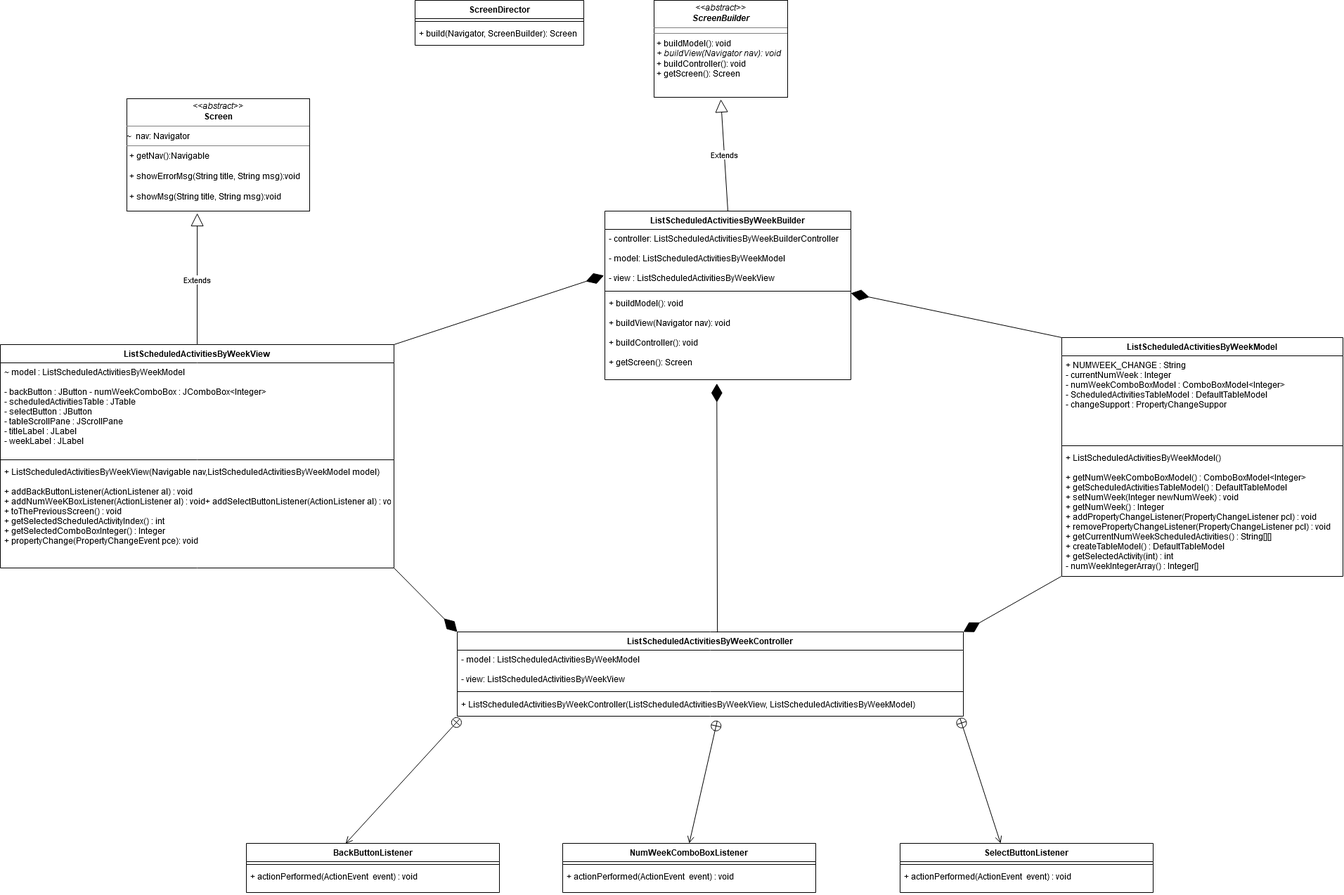
Above: progettazione/SelectActivitiesOrderedByWeek.png in MyUniversityProjects/MaintenanceApplication (draw.io), before the change. Source tidied: cells renumbered, new cells last; positions are measured from the earlier drawing's top-left corner, leaving out a move shared by most shapes.
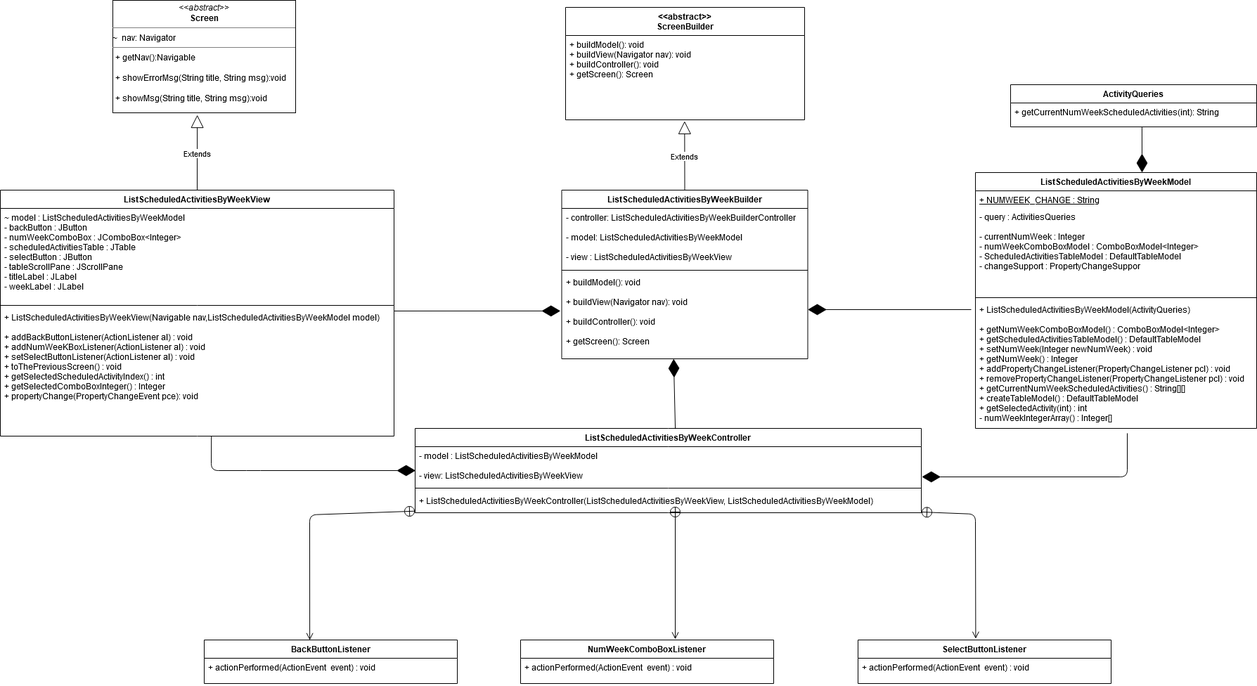
Later version of the same file.

Change to the diagram source:
```diff
@@ -5,5 +5,5 @@
     <mxCell id="2" value="ListScheduledActivitiesByWeekView" style="swimlane;fontStyle=1;align=center;verticalAlign=top;horizontal=1;startSize=26;" parent="1" vertex="1">
-      <mxGeometry y="490" width="560" height="318" as="geometry" />
+      <mxGeometry x="60" y="560" width="560" height="350" as="geometry" />
     </mxCell>
-    <mxCell id="3" value="~ model : ListScheduledActivitiesByWeekModel &#10;&#10;- backButton : JButton - numWeekComboBox : JComboBox&lt;Integer&gt; &#10;- scheduledActivitiesTable : JTable &#10;- selectButton : JButton &#10;- tableScrollPane : JScrollPane &#10;- titleLabel : JLabel &#10;- weekLabel : JLabel &#10;&#10;&#10;&#10;" style="text;strokeColor=none;fillColor=none;align=left;verticalAlign=top;spacingLeft=4;spacingRight=4;overflow=hidden;" parent="2" vertex="1">
+    <mxCell id="3" value="~ model : ListScheduledActivitiesByWeekModel &#10;- backButton : JButton &#10;- numWeekComboBox : JComboBox&lt;Integer&gt;&#10; - scheduledActivitiesTable : JTable &#10;- selectButton : JButton &#10;- tableScrollPane : JScrollPane &#10;- titleLabel : JLabel &#10;- weekLabel : JLabel &#10;&#10;&#10;&#10;&#10;&#10;" style="text;strokeColor=none;fillColor=none;align=left;verticalAlign=top;spacingLeft=4;spacingRight=4;overflow=hidden;" parent="2" vertex="1">
       <mxGeometry y="26" width="560" height="134" as="geometry" />
@@ -13,16 +13,7 @@
     </mxCell>
-    <mxCell id="5" value="+ ListScheduledActivitiesByWeekView(Navigable nav,ListScheduledActivitiesByWeekModel model)&#10;&#10;+ addBackButtonListener(ActionListener al) : void&#10;+ addNumWeeKBoxListener(ActionListener al) : void+ addSelectButtonListener(ActionListener al) : void&#10;+ toThePreviousScreen() : void&#10;+ getSelectedScheduledActivityIndex() : int &#10;+ getSelectedComboBoxInteger() : Integer &#10;+ propertyChange(PropertyChangeEvent pce): void &#10;&#10;&#10;   &#10;&#10;" style="text;strokeColor=none;fillColor=none;align=left;verticalAlign=top;spacingLeft=4;spacingRight=4;overflow=hidden;points=[[0,0.5],[1,0.5]];portConstraint=eastwest;" parent="2" vertex="1">
-      <mxGeometry y="168" width="560" height="150" as="geometry" />
+    <mxCell id="5" value="+ ListScheduledActivitiesByWeekView(Navigable nav,ListScheduledActivitiesByWeekModel model)&#10;&#10;+ addBackButtonListener(ActionListener al) : void&#10;+ addNumWeeKBoxListener(ActionListener al) : void&#10;+ setSelectButtonListener(ActionListener al) : void&#10;+ toThePreviousScreen() : void&#10;+ getSelectedScheduledActivityIndex() : int &#10;+ getSelectedComboBoxInteger() : Integer &#10;+ propertyChange(PropertyChangeEvent pce): void &#10;&#10;   &#10;&#10;" style="text;strokeColor=none;fillColor=none;align=left;verticalAlign=top;spacingLeft=4;spacingRight=4;overflow=hidden;points=[[0,0.5],[1,0.5]];portConstraint=eastwest;" parent="2" vertex="1">
+      <mxGeometry y="168" width="560" height="182" as="geometry" />
     </mxCell>
-    <mxCell id="6" value="ScreenDirector" style="swimlane;fontStyle=1;align=center;verticalAlign=top;horizontal=1;startSize=26;" parent="1" vertex="1">
-      <mxGeometry x="590" width="240" height="64" as="geometry" />
-    </mxCell>
-    <mxCell id="7" style="line;strokeWidth=1;fillColor=none;align=left;verticalAlign=middle;spacingTop=-1;spacingLeft=3;spacingRight=3;labelPosition=right;" parent="6" vertex="1">
-      <mxGeometry y="26" width="240" height="8" as="geometry" />
-    </mxCell>
-    <mxCell id="8" value="+ build(Navigator, ScreenBuilder): Screen" style="text;strokeColor=none;fillColor=none;align=left;verticalAlign=top;spacingLeft=4;spacingRight=4;overflow=hidden;" parent="6" vertex="1">
-      <mxGeometry y="34" width="240" height="30" as="geometry" />
-    </mxCell>
     <mxCell id="9" value="ListScheduledActivitiesByWeekBuilder" style="swimlane;fontStyle=1;align=center;verticalAlign=top;horizontal=1;startSize=26;" parent="1" vertex="1">
-      <mxGeometry x="860" y="300" width="350" height="240" as="geometry" />
+      <mxGeometry x="858.5" y="560" width="350" height="240" as="geometry" />
     </mxCell>
@@ -38,3 +29,3 @@
     <mxCell id="13" value="&lt;p style=&quot;margin: 0px ; margin-top: 4px ; text-align: center&quot;&gt;&lt;i&gt;&amp;lt;&amp;lt;abstract&amp;gt;&amp;gt;&lt;/i&gt;&lt;br&gt;&lt;b&gt;Screen&lt;/b&gt;&lt;/p&gt;&lt;hr size=&quot;1&quot;&gt;&lt;span class=&quot;ILfuVd&quot;&gt;&lt;span class=&quot;hgKElc&quot;&gt;~&amp;nbsp; &lt;/span&gt;&lt;/span&gt;nav: Navigator&lt;hr size=&quot;1&quot;&gt;&lt;p style=&quot;margin: 0px ; margin-left: 4px&quot;&gt;+ getNav():Navigable&lt;/p&gt;&lt;p style=&quot;margin: 0px ; margin-left: 4px&quot;&gt; &lt;br&gt;&lt;/p&gt;&lt;p style=&quot;margin: 0px ; margin-left: 4px&quot;&gt;+ showErrorMsg(String title, String msg):void &lt;br&gt;&lt;/p&gt;&lt;p style=&quot;margin: 0px ; margin-left: 4px&quot;&gt;&lt;br&gt;&lt;/p&gt;&lt;p style=&quot;margin: 0px ; margin-left: 4px&quot;&gt;+ showMsg(String title, String msg):void &lt;/p&gt;&lt;p style=&quot;margin: 0px ; margin-left: 4px&quot;&gt;&lt;br&gt;&lt;/p&gt;&lt;p style=&quot;margin: 0px ; margin-left: 4px&quot;&gt;&lt;br&gt;&lt;/p&gt;" style="verticalAlign=top;align=left;overflow=fill;fontSize=12;fontFamily=Helvetica;html=1;" parent="1" vertex="1">
-      <mxGeometry x="180" y="140" width="260" height="160" as="geometry" />
+      <mxGeometry x="220" y="290" width="260" height="160" as="geometry" />
     </mxCell>
@@ -53,52 +44,50 @@
     <mxCell id="18" value="ListScheduledActivitiesByWeekModel" style="swimlane;fontStyle=1;align=center;verticalAlign=top;horizontal=1;startSize=26;" parent="1" vertex="1">
-      <mxGeometry x="1510" y="480" width="400" height="340" as="geometry" />
+      <mxGeometry x="1447" y="535" width="400" height="364" as="geometry" />
     </mxCell>
+    <mxCell id="42" value="+ NUMWEEK_CHANGE : String&#10;" style="text;strokeColor=none;fillColor=none;align=left;verticalAlign=top;spacingLeft=4;spacingRight=4;overflow=hidden;fontStyle=4;" parent="18" vertex="1">
+      <mxGeometry y="26" width="400" height="24" as="geometry" />
+    </mxCell>
-    <mxCell id="19" value="+ NUMWEEK_CHANGE : String&#10;- currentNumWeek : Integer&#10;- numWeekComboBoxModel : ComboBoxModel&lt;Integer&gt;&#10;- ScheduledActivitiesTableModel : DefaultTableModel &#10;- changeSupport : PropertyChangeSuppor&#10;&#10;&#10;" style="text;strokeColor=none;fillColor=none;align=left;verticalAlign=top;spacingLeft=4;spacingRight=4;overflow=hidden;" parent="18" vertex="1">
-      <mxGeometry y="26" width="400" height="124" as="geometry" />
+    <mxCell id="19" value="- query : ActivitiesQueries&#10;&#10;- currentNumWeek : Integer&#10;- numWeekComboBoxModel : ComboBoxModel&lt;Integer&gt;&#10;- ScheduledActivitiesTableModel : DefaultTableModel &#10;- changeSupport : PropertyChangeSuppor&#10;&#10;&#10;" style="text;strokeColor=none;fillColor=none;align=left;verticalAlign=top;spacingLeft=4;spacingRight=4;overflow=hidden;" parent="18" vertex="1">
+      <mxGeometry y="50" width="400" height="124" as="geometry" />
     </mxCell>
     <mxCell id="20" style="line;strokeWidth=1;fillColor=none;align=left;verticalAlign=middle;spacingTop=-1;spacingLeft=3;spacingRight=3;labelPosition=right;" parent="18" vertex="1">
-      <mxGeometry y="150" width="400" height="8" as="geometry" />
+      <mxGeometry y="174" width="400" height="8" as="geometry" />
     </mxCell>
-    <mxCell id="21" value="+ ListScheduledActivitiesByWeekModel()&#10;&#10;+ getNumWeekComboBoxModel() : ComboBoxModel&lt;Integer&gt;&#10;+ getScheduledActivitiesTableModel() : DefaultTableModel&#10;+ setNumWeek(Integer newNumWeek) : void&#10;+ getNumWeek() : Integer&#10;+ addPropertyChangeListener(PropertyChangeListener pcl) : void&#10;+ removePropertyChangeListener(PropertyChangeListener pcl) : void&#10;+ getCurrentNumWeekScheduledActivities() : String[][]&#10;+ createTableModel() : DefaultTableModel&#10;+ getSelectedActivity(int) : int&#10;- numWeekIntegerArray() : Integer[]&#10;&#10;&#10;&#10;" style="text;strokeColor=none;fillColor=none;align=left;verticalAlign=top;spacingLeft=4;spacingRight=4;overflow=hidden;points=[[0,0.5],[1,0.5]];portConstraint=eastwest;" parent="18" vertex="1">
-      <mxGeometry y="158" width="400" height="182" as="geometry" />
+    <mxCell id="21" value="+ ListScheduledActivitiesByWeekModel(ActivityQueries)&#10;&#10;+ getNumWeekComboBoxModel() : ComboBoxModel&lt;Integer&gt;&#10;+ getScheduledActivitiesTableModel() : DefaultTableModel&#10;+ setNumWeek(Integer newNumWeek) : void&#10;+ getNumWeek() : Integer&#10;+ addPropertyChangeListener(PropertyChangeListener pcl) : void&#10;+ removePropertyChangeListener(PropertyChangeListener pcl) : void&#10;+ getCurrentNumWeekScheduledActivities() : String[][]&#10;+ createTableModel() : DefaultTableModel&#10;+ getSelectedActivity(int) : int&#10;- numWeekIntegerArray() : Integer[]&#10;&#10;&#10;&#10;" style="text;strokeColor=none;fillColor=none;align=left;verticalAlign=top;spacingLeft=4;spacingRight=4;overflow=hidden;points=[[0,0.5],[1,0.5]];portConstraint=eastwest;" parent="18" vertex="1">
+      <mxGeometry y="182" width="400" height="182" as="geometry" />
     </mxCell>
-    <mxCell id="22" value="&lt;p style=&quot;margin: 0px ; margin-top: 4px ; text-align: center&quot;&gt;&lt;i&gt;&amp;lt;&amp;lt;abstract&amp;gt;&amp;gt;&lt;/i&gt;&lt;br&gt;&lt;b&gt;&lt;i&gt;ScreenBuilder&lt;/i&gt;&lt;/b&gt;&lt;/p&gt;&lt;hr size=&quot;1&quot;&gt;&lt;hr size=&quot;1&quot;&gt;&lt;p style=&quot;margin: 0px 0px 0px 4px&quot;&gt;+ buildModel(): void&lt;br&gt;&lt;i&gt;+ buildView(Navigator nav): void&lt;/i&gt;&lt;/p&gt;&lt;p style=&quot;margin: 0px 0px 0px 4px&quot;&gt;+ buildController(): void&lt;br&gt;&lt;/p&gt;&lt;p style=&quot;margin: 0px 0px 0px 4px&quot;&gt;+ getScreen(): Screen&lt;/p&gt;" style="verticalAlign=top;align=left;overflow=fill;fontSize=12;fontFamily=Helvetica;html=1;" parent="1" vertex="1">
-      <mxGeometry x="930" width="190" height="138" as="geometry" />
-    </mxCell>
-    <mxCell id="23" value="Extends" style="endArrow=block;endSize=16;endFill=0;html=1;exitX=0.5;exitY=0;exitDx=0;exitDy=0;entryX=0.385;entryY=1.019;entryDx=0;entryDy=0;entryPerimeter=0;" parent="1" edge="1" source="2" target="13">
+    <mxCell id="23" value="Extends" style="endArrow=block;endSize=16;endFill=0;html=1;exitX=0.5;exitY=0;exitDx=0;exitDy=0;entryX=0.462;entryY=1.019;entryDx=0;entryDy=0;entryPerimeter=0;" parent="1" edge="1" source="2" target="13">
       <mxGeometry relative="1" as="geometry" />
     </mxCell>
-    <mxCell id="24" value="Extends" style="endArrow=block;endSize=16;endFill=0;html=1;exitX=0.5;exitY=0;exitDx=0;exitDy=0;" parent="1" edge="1" source="9">
-      <mxGeometry relative="1" as="geometry">
-        <mxPoint x="1025" y="141" as="targetPoint" />
-      </mxGeometry>
+    <mxCell id="24" value="Extends" style="endArrow=block;endSize=16;endFill=0;html=1;exitX=0.5;exitY=0;exitDx=0;exitDy=0;entryX=0.498;entryY=1.015;entryDx=0;entryDy=0;entryPerimeter=0;" parent="1" edge="1" source="9" target="47">
+      <mxGeometry relative="1" as="geometry" />
     </mxCell>
-    <mxCell id="25" style="endArrow=diamondThin;endFill=1;endSize=24;html=1;entryX=0.455;entryY=1.044;entryDx=0;entryDy=0;exitX=0.514;exitY=0.006;exitDx=0;exitDy=0;exitPerimeter=0;entryPerimeter=0;" parent="1" edge="1" source="14" target="12">
+    <mxCell id="25" style="endArrow=diamondThin;endFill=1;endSize=24;html=1;entryX=0.455;entryY=1;entryDx=0;entryDy=0;exitX=0.514;exitY=0.006;exitDx=0;exitDy=0;exitPerimeter=0;entryPerimeter=0;" parent="1" edge="1" source="14" target="12">
       <mxGeometry relative="1" as="geometry" />
     </mxCell>
-    <mxCell id="26" style="endArrow=diamondThin;endFill=1;endSize=24;html=1;entryX=1;entryY=-0.009;entryDx=0;entryDy=0;exitX=0;exitY=0;exitDx=0;exitDy=0;entryPerimeter=0;" parent="1" edge="1" source="18" target="12">
-      <mxGeometry relative="1" as="geometry" />
+    <mxCell id="26" style="endArrow=diamondThin;endFill=1;endSize=24;html=1;entryX=1;entryY=0.426;entryDx=0;entryDy=0;entryPerimeter=0;" parent="1" edge="1" target="12">
+      <mxGeometry relative="1" as="geometry">
+        <mxPoint x="1441" y="730" as="sourcePoint" />
+      </mxGeometry>
     </mxCell>
     <mxCell id="27" value="BackButtonListener" style="swimlane;fontStyle=1;align=center;verticalAlign=top;horizontal=1;startSize=26;" parent="1" vertex="1">
-      <mxGeometry x="350" y="1200" width="360" height="70" as="geometry" />
+      <mxGeometry x="350" y="1200" width="360" height="62" as="geometry" />
     </mxCell>
-    <mxCell id="28" style="line;strokeWidth=1;fillColor=none;align=left;verticalAlign=middle;spacingTop=-1;spacingLeft=3;spacingRight=3;labelPosition=right;" parent="27" vertex="1">
-      <mxGeometry y="26" width="360" height="8" as="geometry" />
-    </mxCell>
     <mxCell id="29" value="+ actionPerformed(ActionEvent  event) : void&#10;&#10;" style="text;strokeColor=none;fillColor=none;align=left;verticalAlign=top;spacingLeft=4;spacingRight=4;overflow=hidden;" parent="27" vertex="1">
-      <mxGeometry y="34" width="360" height="36" as="geometry" />
+      <mxGeometry y="26" width="360" height="36" as="geometry" />
     </mxCell>
     <mxCell id="30" value="NumWeekComboBoxListener" style="swimlane;fontStyle=1;align=center;verticalAlign=top;horizontal=1;startSize=26;" parent="1" vertex="1">
-      <mxGeometry x="800" y="1200" width="360" height="70" as="geometry" />
+      <mxGeometry x="800" y="1200" width="360" height="62" as="geometry" />
     </mxCell>
-    <mxCell id="31" style="line;strokeWidth=1;fillColor=none;align=left;verticalAlign=middle;spacingTop=-1;spacingLeft=3;spacingRight=3;labelPosition=right;" parent="30" vertex="1">
-      <mxGeometry y="26" width="360" height="8" as="geometry" />
-    </mxCell>
     <mxCell id="32" value="+ actionPerformed(ActionEvent  event) : void&#10;&#10;&#10;&#10;" style="text;strokeColor=none;fillColor=none;align=left;verticalAlign=top;spacingLeft=4;spacingRight=4;overflow=hidden;" parent="30" vertex="1">
-      <mxGeometry y="34" width="360" height="36" as="geometry" />
+      <mxGeometry y="26" width="360" height="36" as="geometry" />
     </mxCell>
-    <mxCell id="33" style="endArrow=open;startArrow=circlePlus;endFill=0;startFill=0;endSize=8;html=1;entryX=0.392;entryY=0.005;entryDx=0;entryDy=0;entryPerimeter=0;exitX=0.006;exitY=1.1;exitDx=0;exitDy=0;exitPerimeter=0;" parent="1" edge="1" source="17" target="27">
-      <mxGeometry relative="1" as="geometry" />
+    <mxCell id="33" style="endArrow=open;startArrow=circlePlus;endFill=0;startFill=0;endSize=8;html=1;entryX=0.417;entryY=0.005;entryDx=0;entryDy=0;entryPerimeter=0;rounded=1;" parent="1" edge="1" source="17" target="27">
+      <mxGeometry relative="1" as="geometry">
+        <Array as="points">
+          <mxPoint x="500" y="1022" />
+        </Array>
+      </mxGeometry>
     </mxCell>
-    <mxCell id="34" style="endArrow=diamondThin;endFill=1;endSize=24;html=1;entryX=-0.004;entryY=0.782;entryDx=0;entryDy=0;exitX=1;exitY=0;exitDx=0;exitDy=0;entryPerimeter=0;" parent="1" edge="1" source="2" target="10">
+    <mxCell id="34" style="endArrow=diamondThin;endFill=1;endSize=24;html=1;entryX=-0.005;entryY=0.442;entryDx=0;entryDy=0;entryPerimeter=0;exitX=1;exitY=0.022;exitDx=0;exitDy=0;exitPerimeter=0;" parent="1" edge="1" source="5" target="12">
       <mxGeometry relative="1" as="geometry" />
@@ -106,28 +95,52 @@
     <mxCell id="35" value="SelectButtonListener&#10;" style="swimlane;fontStyle=1;align=center;verticalAlign=top;horizontal=1;startSize=26;" parent="1" vertex="1">
-      <mxGeometry x="1280" y="1200" width="360" height="70" as="geometry" />
+      <mxGeometry x="1280" y="1200" width="360" height="62" as="geometry" />
     </mxCell>
-    <mxCell id="36" style="endArrow=open;startArrow=circlePlus;endFill=0;startFill=0;endSize=8;html=1;exitX=0.993;exitY=1.067;exitDx=0;exitDy=0;exitPerimeter=0;" parent="35" edge="1" source="17">
-      <mxGeometry relative="1" as="geometry">
-        <mxPoint x="143" as="targetPoint" />
-      </mxGeometry>
-    </mxCell>
-    <mxCell id="37" style="line;strokeWidth=1;fillColor=none;align=left;verticalAlign=middle;spacingTop=-1;spacingLeft=3;spacingRight=3;labelPosition=right;" parent="35" vertex="1">
-      <mxGeometry y="26" width="360" height="8" as="geometry" />
-    </mxCell>
     <mxCell id="38" value="+ actionPerformed(ActionEvent  event) : void&#10;&#10;&#10;&#10;" style="text;strokeColor=none;fillColor=none;align=left;verticalAlign=top;spacingLeft=4;spacingRight=4;overflow=hidden;" parent="35" vertex="1">
-      <mxGeometry y="34" width="360" height="36" as="geometry" />
+      <mxGeometry y="26" width="360" height="36" as="geometry" />
     </mxCell>
-    <mxCell id="39" style="endArrow=open;startArrow=circlePlus;endFill=0;startFill=0;endSize=8;html=1;entryX=0.5;entryY=0;entryDx=0;entryDy=0;" parent="1" edge="1" target="30">
+    <mxCell id="39" style="endArrow=open;startArrow=circlePlus;endFill=0;startFill=0;endSize=8;html=1;" parent="1" edge="1">
       <mxGeometry relative="1" as="geometry">
-        <mxPoint x="1020" y="1025" as="sourcePoint" />
+        <mxPoint x="1020" y="1010" as="sourcePoint" />
+        <mxPoint x="1020" y="1199" as="targetPoint" />
       </mxGeometry>
     </mxCell>
-    <mxCell id="40" style="endArrow=diamondThin;endFill=1;endSize=24;html=1;entryX=0;entryY=0;entryDx=0;entryDy=0;exitX=1;exitY=0;exitDx=0;exitDy=0;" parent="1" edge="1" target="14">
+    <mxCell id="40" style="endArrow=diamondThin;endFill=1;endSize=24;html=1;entryX=0.001;entryY=0.63;entryDx=0;entryDy=0;entryPerimeter=0;exitX=0.536;exitY=1;exitDx=0;exitDy=0;exitPerimeter=0;rounded=1;" parent="1" edge="1" source="5" target="15">
       <mxGeometry relative="1" as="geometry">
-        <mxPoint x="560" y="808" as="sourcePoint" />
+        <Array as="points">
+          <mxPoint x="360" y="959" />
+          <mxPoint x="420" y="959" />
+        </Array>
       </mxGeometry>
     </mxCell>
-    <mxCell id="41" style="endArrow=diamondThin;endFill=1;endSize=24;html=1;entryX=1;entryY=0;entryDx=0;entryDy=0;exitX=-0.002;exitY=1;exitDx=0;exitDy=0;exitPerimeter=0;" parent="1" edge="1" source="21" target="14">
-      <mxGeometry relative="1" as="geometry" />
+    <mxCell id="41" style="endArrow=diamondThin;endFill=1;endSize=24;html=1;exitX=0.54;exitY=1.038;exitDx=0;exitDy=0;exitPerimeter=0;entryX=1.001;entryY=0.796;entryDx=0;entryDy=0;entryPerimeter=0;" parent="1" edge="1" source="21" target="15">
+      <mxGeometry relative="1" as="geometry">
+        <Array as="points">
+          <mxPoint x="1663" y="968" />
+        </Array>
+      </mxGeometry>
     </mxCell>
+    <mxCell id="43" value="ActivityQueries&#10;" style="swimlane;fontStyle=1;align=center;verticalAlign=top;horizontal=1;startSize=26;" parent="1" vertex="1">
+      <mxGeometry x="1497" y="410" width="350" height="60" as="geometry" />
+    </mxCell>
+    <mxCell id="44" value="+ getCurrentNumWeekScheduledActivities(int): String " style="text;strokeColor=none;fillColor=none;align=left;verticalAlign=top;spacingLeft=4;spacingRight=4;overflow=hidden;points=[[0,0.5],[1,0.5]];portConstraint=eastwest;" parent="43" vertex="1">
+      <mxGeometry y="26" width="350" height="34" as="geometry" />
+    </mxCell>
+    <mxCell id="45" style="endArrow=diamondThin;endFill=1;endSize=24;html=1;exitX=0.534;exitY=1.017;exitDx=0;exitDy=0;exitPerimeter=0;" parent="1" edge="1" source="44">
+      <mxGeometry relative="1" as="geometry">
+        <mxPoint x="1684" y="535" as="targetPoint" />
+      </mxGeometry>
+    </mxCell>
+    <mxCell id="46" value="&lt;&lt;abstract&gt;&gt;&#10;ScreenBuilder" style="swimlane;fontStyle=1;align=center;verticalAlign=top;horizontal=1;startSize=40;" parent="1" vertex="1">
+      <mxGeometry x="864" y="300" width="340" height="160" as="geometry" />
+    </mxCell>
+    <mxCell id="47" value="+ buildModel(): void&#10;+ buildView(Navigator nav): void&#10;+ buildController(): void&#10;+ getScreen(): Screen&#10;" style="text;strokeColor=none;fillColor=none;align=left;verticalAlign=top;spacingLeft=4;spacingRight=4;overflow=hidden;points=[[0,0.5],[1,0.5]];portConstraint=eastwest;" parent="46" vertex="1">
+      <mxGeometry y="40" width="340" height="120" as="geometry" />
+    </mxCell>
+    <mxCell id="36" style="endArrow=open;startArrow=circlePlus;endFill=0;startFill=0;endSize=8;html=1;entryX=0.465;entryY=-0.028;entryDx=0;entryDy=0;entryPerimeter=0;" parent="1" edge="1" source="17" target="35">
+      <mxGeometry relative="1" as="geometry">
+        <Array as="points">
+          <mxPoint x="1447" y="1021" />
+        </Array>
+      </mxGeometry>
+    </mxCell>
   </root>
```
